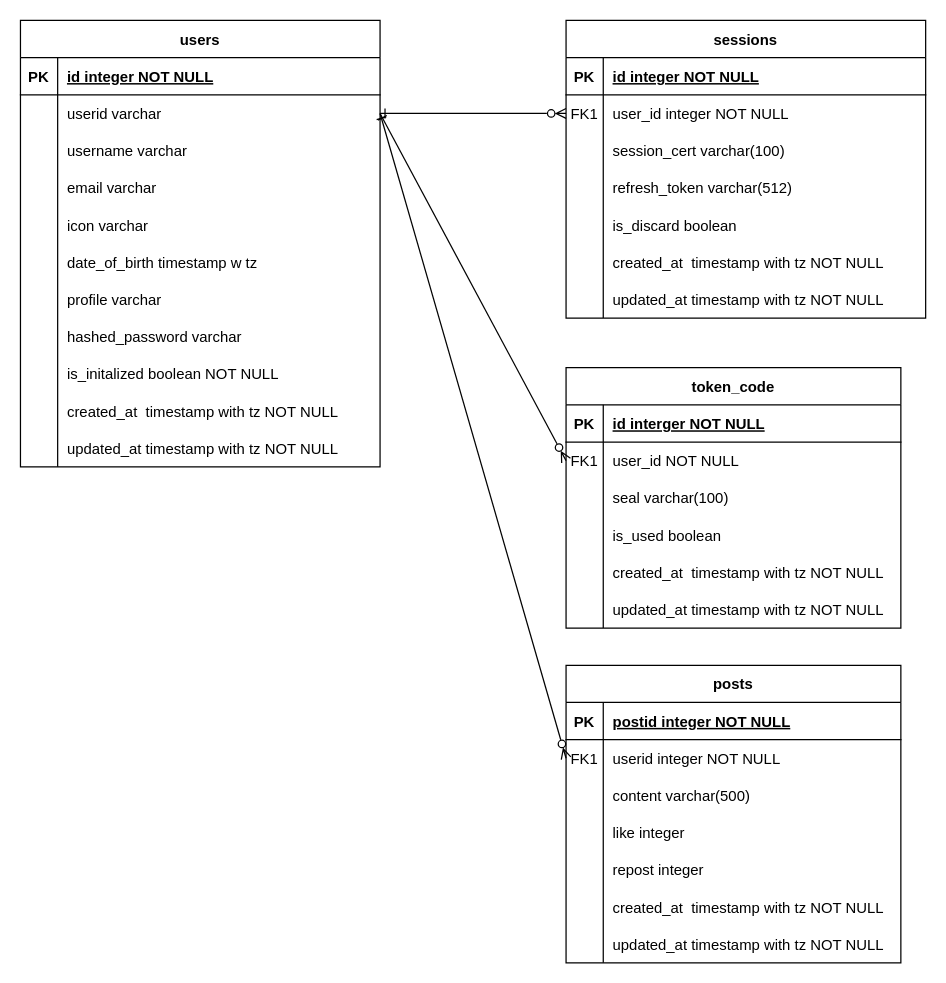
Before: vrc_sns.drawio in Milix-M/vrc_sns_backend, a draw.io diagram. Source tidied: cells renumbered, new cells numbered last; positions are measured from the earlier drawing's top-left corner, leaving out a move shared by most shapes. Both pictures are drawn from the tidied source at 124%, with x=0, y=0 at pixel (20, 20).
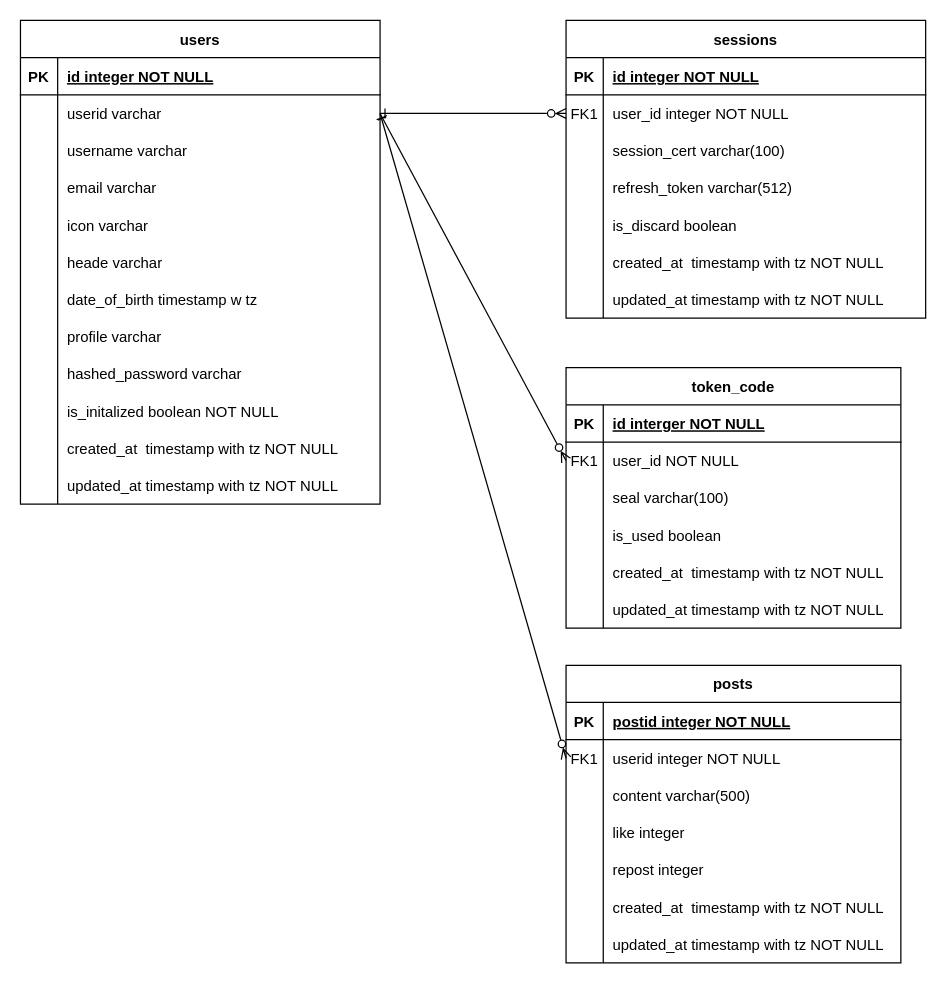
After the change.

Change to the diagram source:
```diff
@@
     <mxCell id="2" value="users" style="shape=table;startSize=30;childLayout=tableLayout;rowLines=0;fontStyle=1;align=center;" parent="1" vertex="1">
-      <mxGeometry width="290" height="360" as="geometry" />
+      <mxGeometry width="290" height="390" as="geometry" />
     </mxCell>
@@
+    <mxCell id="102" style="shape=tableRow;horizontal=0;startSize=0;swimlaneHead=0;swimlaneBody=0;fillColor=none;top=0;left=0;right=0;bottom=0;" parent="2" vertex="1">
+      <mxGeometry y="180" width="290" height="30" as="geometry" />
+    </mxCell>
+    <mxCell id="103" style="shape=partialRectangle;fillColor=none;top=0;left=0;bottom=0;right=0;overflow=hidden;" parent="102" vertex="1">
+      <mxGeometry width="30" height="30" as="geometry" />
+    </mxCell>
+    <mxCell id="104" value="heade varchar" style="shape=partialRectangle;fillColor=none;top=0;left=0;bottom=0;right=0;align=left;spacingLeft=6;overflow=hidden;" parent="102" vertex="1">
+      <mxGeometry x="30" width="260" height="30" as="geometry" />
+    </mxCell>
     <mxCell id="18" style="shape=tableRow;horizontal=0;startSize=0;swimlaneHead=0;swimlaneBody=0;fillColor=none;top=0;left=0;right=0;bottom=0;" parent="2" vertex="1">
-      <mxGeometry y="180" width="290" height="30" as="geometry" />
+      <mxGeometry y="210" width="290" height="30" as="geometry" />
     </mxCell>
@@
     <mxCell id="21" style="shape=tableRow;horizontal=0;startSize=0;swimlaneHead=0;swimlaneBody=0;fillColor=none;top=0;left=0;right=0;bottom=0;" parent="2" vertex="1">
-      <mxGeometry y="210" width="290" height="30" as="geometry" />
+      <mxGeometry y="240" width="290" height="30" as="geometry" />
     </mxCell>
@@
     <mxCell id="24" style="shape=tableRow;horizontal=0;startSize=0;swimlaneHead=0;swimlaneBody=0;fillColor=none;top=0;left=0;right=0;bottom=0;" parent="2" vertex="1">
-      <mxGeometry y="240" width="290" height="30" as="geometry" />
+      <mxGeometry y="270" width="290" height="30" as="geometry" />
     </mxCell>
@@
     <mxCell id="27" style="shape=tableRow;horizontal=0;startSize=0;swimlaneHead=0;swimlaneBody=0;fillColor=none;top=0;left=0;right=0;bottom=0;" parent="2" vertex="1">
-      <mxGeometry y="270" width="290" height="30" as="geometry" />
+      <mxGeometry y="300" width="290" height="30" as="geometry" />
     </mxCell>
@@
     <mxCell id="30" style="shape=tableRow;horizontal=0;startSize=0;swimlaneHead=0;swimlaneBody=0;fillColor=none;top=0;left=0;right=0;bottom=0;" parent="2" vertex="1">
-      <mxGeometry y="300" width="290" height="30" as="geometry" />
+      <mxGeometry y="330" width="290" height="30" as="geometry" />
     </mxCell>
@@
     <mxCell id="33" style="shape=tableRow;horizontal=0;startSize=0;swimlaneHead=0;swimlaneBody=0;fillColor=none;top=0;left=0;right=0;bottom=0;" parent="2" vertex="1">
-      <mxGeometry y="330" width="290" height="30" as="geometry" />
+      <mxGeometry y="360" width="290" height="30" as="geometry" />
     </mxCell>
```
